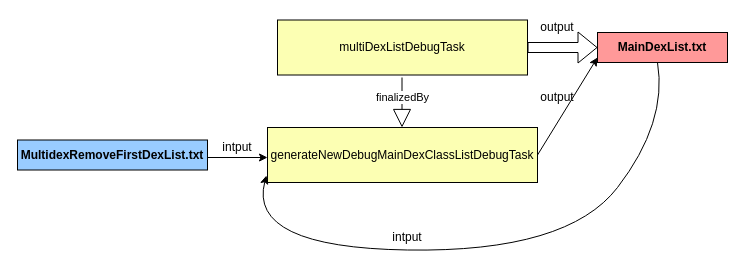
The draw.io diagram page "mainDex" (4 of 22) of T9.drawio in shinecjj/UML, before the edit. Source tidied: cells renumbered, new cells numbered last; positions are measured from the earlier drawing's top-left corner, leaving out a move shared by most shapes. Both pictures are drawn from the tidied source at 100%, with x=0, y=0 at pixel (17, 17).
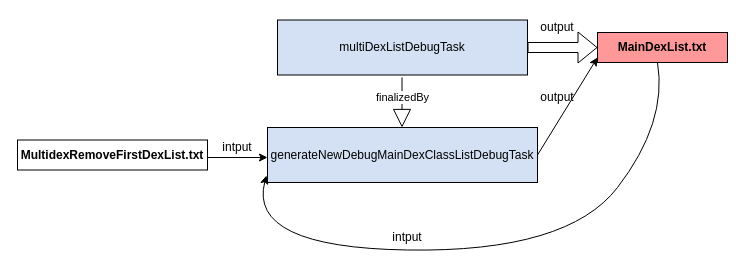
After the change.

Diff of the diagram source:
```diff
@@
 <mxGraphModel>
   <root>
     <mxCell id="0" />
     <mxCell id="1" parent="0" />
     <mxCell id="2" value="&lt;b&gt;MainDexList.txt&lt;/b&gt;" style="rounded=0;whiteSpace=wrap;html=1;strokeColor=#000000;fillColor=#FF9999;" parent="1" vertex="1">
       <mxGeometry x="580" y="15" width="130" height="30" as="geometry" />
     </mxCell>
-    <mxCell id="3" value="multiDexListDebugTask" style="rounded=0;whiteSpace=wrap;html=1;strokeColor=#000000;fillColor=#FCFFB3;" parent="1" vertex="1">
+    <mxCell id="3" value="multiDexListDebugTask" style="rounded=0;whiteSpace=wrap;html=1;strokeColor=#000000;fillColor=#D4E1F5;" parent="1" vertex="1">
       <mxGeometry x="260" y="2.5" width="250" height="55" as="geometry" />
     </mxCell>
     <mxCell id="4" style="shape=flexArrow;endArrow=classic;html=1;strokeColor=#000000;fillColor=#FFFFFF;exitX=1;exitY=0.5;exitDx=0;exitDy=0;entryX=0;entryY=0.5;entryDx=0;entryDy=0;" parent="1" edge="1" source="3" target="2">
       <mxGeometry relative="1" as="geometry" />
     </mxCell>
     <mxCell id="5" value="output" style="text;html=1;strokeColor=none;fillColor=none;align=center;verticalAlign=middle;whiteSpace=wrap;rounded=0;" parent="1" vertex="1">
       <mxGeometry x="520" width="40" height="20" as="geometry" />
     </mxCell>
-    <mxCell id="6" value="generateNewDebugMainDexClassListDebugTask" style="rounded=0;whiteSpace=wrap;html=1;strokeColor=#000000;fillColor=#FCFFB3;" parent="1" vertex="1">
+    <mxCell id="6" value="generateNewDebugMainDexClassListDebugTask" style="rounded=0;whiteSpace=wrap;html=1;strokeColor=#000000;fillColor=#D4E1F5;" parent="1" vertex="1">
       <mxGeometry x="250" y="110" width="270" height="55" as="geometry" />
     </mxCell>
     <mxCell id="7" style="curved=1;endArrow=classic;html=1;strokeColor=#000000;fillColor=#FFFFFF;entryX=-0.004;entryY=0.873;entryDx=0;entryDy=0;entryPerimeter=0;" parent="1" edge="1" target="6">
       <mxGeometry relative="1" as="geometry">
         <mxPoint x="640" y="45" as="sourcePoint" />
         <Array as="points">
           <mxPoint x="650" y="105" />
           <mxPoint x="550" y="235" />
           <mxPoint x="230" y="230" />
         </Array>
       </mxGeometry>
     </mxCell>
     <mxCell id="8" style="endArrow=classic;html=1;strokeColor=#000000;fillColor=#FFFFFF;exitX=1;exitY=0.5;exitDx=0;exitDy=0;" parent="1" edge="1" source="6">
       <mxGeometry relative="1" as="geometry">
         <mxPoint x="580" y="40" as="targetPoint" />
       </mxGeometry>
     </mxCell>
     <mxCell id="9" value="output" style="text;html=1;strokeColor=none;fillColor=none;align=center;verticalAlign=middle;whiteSpace=wrap;rounded=0;" parent="1" vertex="1">
       <mxGeometry x="520" y="70" width="40" height="20" as="geometry" />
     </mxCell>
     <mxCell id="10" style="endArrow=classic;html=1;strokeColor=#000000;fillColor=#FFFFFF;" parent="1" edge="1">
       <mxGeometry relative="1" as="geometry">
         <mxPoint x="190" y="140" as="sourcePoint" />
         <mxPoint x="250" y="140" as="targetPoint" />
       </mxGeometry>
     </mxCell>
     <mxCell id="11" value="intput" style="text;html=1;strokeColor=none;fillColor=none;align=center;verticalAlign=middle;whiteSpace=wrap;rounded=0;" parent="1" vertex="1">
       <mxGeometry x="200" y="120" width="40" height="20" as="geometry" />
     </mxCell>
     <mxCell id="12" value="intput" style="text;html=1;strokeColor=none;fillColor=none;align=center;verticalAlign=middle;whiteSpace=wrap;rounded=0;" parent="1" vertex="1">
       <mxGeometry x="370" y="210" width="40" height="20" as="geometry" />
     </mxCell>
-    <mxCell id="13" value="&lt;b&gt;MultidexRemoveFirstDexList.txt&lt;/b&gt;" style="rounded=0;whiteSpace=wrap;html=1;strokeColor=#000000;fillColor=#99CCFF;" parent="1" vertex="1">
+    <mxCell id="13" value="&lt;b&gt;MultidexRemoveFirstDexList.txt&lt;/b&gt;" style="rounded=0;whiteSpace=wrap;html=1;strokeColor=#000000;fillColor=none;" parent="1" vertex="1">
       <mxGeometry y="122.5" width="190" height="30" as="geometry" />
     </mxCell>
     <mxCell id="14" value="finalizedBy" style="endArrow=block;endSize=16;endFill=0;html=1;strokeColor=#000000;fillColor=#FFFFFF;" parent="1" edge="1">
       <mxGeometry x="-0.2" relative="1" as="geometry">
         <mxPoint x="384.5" y="60" as="sourcePoint" />
         <mxPoint x="384.5" y="110" as="targetPoint" />
       </mxGeometry>
     </mxCell>
   </root>
 </mxGraphModel>
```
